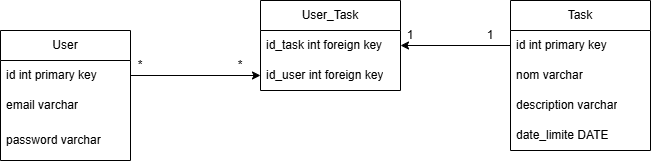
Before: sql/UMLDatabase.drawio.png, a diagram exported from draw.io (Vtr-Frt/toDoList). Source tidied: cells renumbered, new cells last; positions are measured from the earlier drawing's top-left corner, leaving out a move shared by most shapes. Its diagram source:
```xml
<mxGraphModel>
  <root>
    <mxCell id="0" />
    <mxCell id="1" parent="0" />
    <mxCell id="2" value="User" style="swimlane;fontStyle=0;horizontal=1;startSize=30;whiteSpace=wrap;html=1;" parent="1" vertex="1">
      <mxGeometry y="30" width="130" height="130" as="geometry" />
    </mxCell>
    <mxCell id="3" value="id int primary key" style="text;strokeColor=none;fillColor=none;align=left;verticalAlign=middle;spacingLeft=4;spacingRight=4;overflow=hidden;points=[[0,0.5],[1,0.5]];portConstraint=eastwest;whiteSpace=wrap;html=1;" parent="2" vertex="1">
      <mxGeometry y="30" width="130" height="30" as="geometry" />
    </mxCell>
    <mxCell id="4" value="email varchar" style="text;strokeColor=none;fillColor=none;align=left;verticalAlign=middle;spacingLeft=4;spacingRight=4;overflow=hidden;whiteSpace=wrap;html=1;" parent="2" vertex="1">
      <mxGeometry y="60" width="130" height="30" as="geometry" />
    </mxCell>
    <mxCell id="5" value="password varchar" style="text;strokeColor=none;fillColor=none;align=left;verticalAlign=middle;spacingLeft=4;spacingRight=4;overflow=hidden;whiteSpace=wrap;html=1;" parent="2" vertex="1">
      <mxGeometry y="90" width="130" height="40" as="geometry" />
    </mxCell>
    <mxCell id="6" value="Task" style="swimlane;fontStyle=0;horizontal=1;startSize=30;whiteSpace=wrap;html=1;" parent="1" vertex="1">
      <mxGeometry x="510" width="140" height="150" as="geometry" />
    </mxCell>
    <mxCell id="7" value="id int primary key" style="text;strokeColor=none;fillColor=none;align=left;verticalAlign=middle;spacingLeft=4;spacingRight=4;overflow=hidden;points=[[0,0.5],[1,0.5]];portConstraint=eastwest;whiteSpace=wrap;html=1;" parent="6" vertex="1">
      <mxGeometry y="30" width="140" height="30" as="geometry" />
    </mxCell>
    <mxCell id="8" value="nom varchar" style="text;strokeColor=none;fillColor=none;align=left;verticalAlign=middle;spacingLeft=4;spacingRight=4;overflow=hidden;whiteSpace=wrap;html=1;" parent="6" vertex="1">
      <mxGeometry y="60" width="140" height="30" as="geometry" />
    </mxCell>
    <mxCell id="9" value="description varchar" style="text;strokeColor=none;fillColor=none;align=left;verticalAlign=middle;spacingLeft=4;spacingRight=4;overflow=hidden;whiteSpace=wrap;html=1;" parent="6" vertex="1">
      <mxGeometry y="90" width="140" height="30" as="geometry" />
    </mxCell>
    <mxCell id="10" value="date_limite DATE" style="text;strokeColor=none;fillColor=none;align=left;verticalAlign=middle;spacingLeft=4;spacingRight=4;overflow=hidden;whiteSpace=wrap;html=1;" parent="6" vertex="1">
      <mxGeometry y="120" width="140" height="30" as="geometry" />
    </mxCell>
    <mxCell id="11" value="User_Task" style="swimlane;fontStyle=0;horizontal=1;startSize=30;whiteSpace=wrap;html=1;" parent="1" vertex="1">
      <mxGeometry x="260" width="140" height="90" as="geometry" />
    </mxCell>
    <mxCell id="12" value="id_task int foreign key" style="text;strokeColor=none;fillColor=none;align=left;verticalAlign=middle;spacingLeft=4;spacingRight=4;overflow=hidden;points=[[0,0.5],[1,0.5]];portConstraint=eastwest;whiteSpace=wrap;html=1;" parent="11" vertex="1">
      <mxGeometry y="30" width="140" height="30" as="geometry" />
    </mxCell>
    <mxCell id="13" value="id_user int foreign key" style="text;strokeColor=none;fillColor=none;align=left;verticalAlign=middle;spacingLeft=4;spacingRight=4;overflow=hidden;points=[[0,0.5],[1,0.5]];portConstraint=eastwest;whiteSpace=wrap;html=1;" parent="11" vertex="1">
      <mxGeometry y="60" width="140" height="30" as="geometry" />
    </mxCell>
    <mxCell id="14" style="edgeStyle=orthogonalEdgeStyle;rounded=0;jettySize=auto;html=1;exitX=0;exitY=0.5;exitDx=0;exitDy=0;entryX=1;entryY=0.5;entryDx=0;entryDy=0;" parent="1" edge="1" source="7" target="12">
      <mxGeometry relative="1" as="geometry" />
    </mxCell>
    <mxCell id="15" style="edgeStyle=orthogonalEdgeStyle;rounded=0;jettySize=auto;html=1;exitX=1;exitY=0.5;exitDx=0;exitDy=0;entryX=0;entryY=0.5;entryDx=0;entryDy=0;" parent="1" edge="1" source="3" target="13">
      <mxGeometry relative="1" as="geometry" />
    </mxCell>
    <mxCell id="16" value="*" style="text;html=1;whiteSpace=wrap;strokeColor=none;fillColor=none;align=center;verticalAlign=middle;rounded=0;" parent="1" vertex="1">
      <mxGeometry x="110" y="50" width="60" height="30" as="geometry" />
    </mxCell>
    <mxCell id="17" value="*" style="text;html=1;whiteSpace=wrap;strokeColor=none;fillColor=none;align=center;verticalAlign=middle;rounded=0;" parent="1" vertex="1">
      <mxGeometry x="210" y="50" width="60" height="30" as="geometry" />
    </mxCell>
    <mxCell id="18" value="1" style="text;html=1;whiteSpace=wrap;strokeColor=none;fillColor=none;align=center;verticalAlign=middle;rounded=0;" parent="1" vertex="1">
      <mxGeometry x="460" y="20" width="60" height="30" as="geometry" />
    </mxCell>
    <mxCell id="19" value="1" style="text;html=1;whiteSpace=wrap;strokeColor=none;fillColor=none;align=center;verticalAlign=middle;rounded=0;" parent="1" vertex="1">
      <mxGeometry x="380" y="20" width="60" height="30" as="geometry" />
    </mxCell>
  </root>
</mxGraphModel>
```
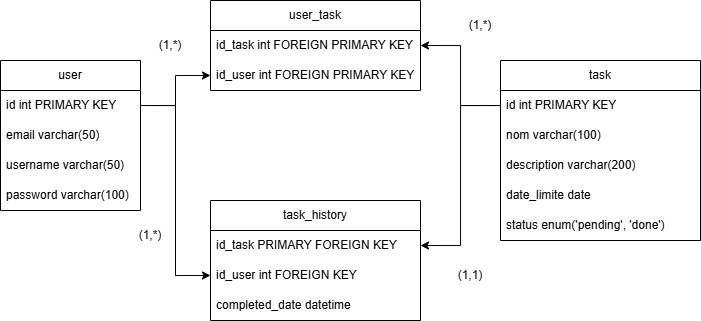
After the commit.

The edit, as a diff of the source:
```diff
@@ -2,59 +2,83 @@
   <root>
     <mxCell id="0" />
     <mxCell id="1" parent="0" />
-    <mxCell id="2" value="User" style="swimlane;fontStyle=0;horizontal=1;startSize=30;whiteSpace=wrap;html=1;" parent="1" vertex="1">
-      <mxGeometry y="30" width="130" height="130" as="geometry" />
-    </mxCell>
-    <mxCell id="3" value="id int primary key" style="text;strokeColor=none;fillColor=none;align=left;verticalAlign=middle;spacingLeft=4;spacingRight=4;overflow=hidden;points=[[0,0.5],[1,0.5]];portConstraint=eastwest;whiteSpace=wrap;html=1;" parent="2" vertex="1">
-      <mxGeometry y="30" width="130" height="30" as="geometry" />
-    </mxCell>
-    <mxCell id="4" value="email varchar" style="text;strokeColor=none;fillColor=none;align=left;verticalAlign=middle;spacingLeft=4;spacingRight=4;overflow=hidden;whiteSpace=wrap;html=1;" parent="2" vertex="1">
-      <mxGeometry y="60" width="130" height="30" as="geometry" />
-    </mxCell>
-    <mxCell id="5" value="password varchar" style="text;strokeColor=none;fillColor=none;align=left;verticalAlign=middle;spacingLeft=4;spacingRight=4;overflow=hidden;whiteSpace=wrap;html=1;" parent="2" vertex="1">
-      <mxGeometry y="90" width="130" height="40" as="geometry" />
-    </mxCell>
-    <mxCell id="6" value="Task" style="swimlane;fontStyle=0;horizontal=1;startSize=30;whiteSpace=wrap;html=1;" parent="1" vertex="1">
-      <mxGeometry x="510" width="140" height="150" as="geometry" />
-    </mxCell>
-    <mxCell id="7" value="id int primary key" style="text;strokeColor=none;fillColor=none;align=left;verticalAlign=middle;spacingLeft=4;spacingRight=4;overflow=hidden;points=[[0,0.5],[1,0.5]];portConstraint=eastwest;whiteSpace=wrap;html=1;" parent="6" vertex="1">
-      <mxGeometry y="30" width="140" height="30" as="geometry" />
-    </mxCell>
-    <mxCell id="8" value="nom varchar" style="text;strokeColor=none;fillColor=none;align=left;verticalAlign=middle;spacingLeft=4;spacingRight=4;overflow=hidden;whiteSpace=wrap;html=1;" parent="6" vertex="1">
-      <mxGeometry y="60" width="140" height="30" as="geometry" />
-    </mxCell>
-    <mxCell id="9" value="description varchar" style="text;strokeColor=none;fillColor=none;align=left;verticalAlign=middle;spacingLeft=4;spacingRight=4;overflow=hidden;whiteSpace=wrap;html=1;" parent="6" vertex="1">
-      <mxGeometry y="90" width="140" height="30" as="geometry" />
-    </mxCell>
-    <mxCell id="10" value="date_limite DATE" style="text;strokeColor=none;fillColor=none;align=left;verticalAlign=middle;spacingLeft=4;spacingRight=4;overflow=hidden;whiteSpace=wrap;html=1;" parent="6" vertex="1">
-      <mxGeometry y="120" width="140" height="30" as="geometry" />
-    </mxCell>
-    <mxCell id="11" value="User_Task" style="swimlane;fontStyle=0;horizontal=1;startSize=30;whiteSpace=wrap;html=1;" parent="1" vertex="1">
-      <mxGeometry x="260" width="140" height="90" as="geometry" />
-    </mxCell>
-    <mxCell id="12" value="id_task int foreign key" style="text;strokeColor=none;fillColor=none;align=left;verticalAlign=middle;spacingLeft=4;spacingRight=4;overflow=hidden;points=[[0,0.5],[1,0.5]];portConstraint=eastwest;whiteSpace=wrap;html=1;" parent="11" vertex="1">
-      <mxGeometry y="30" width="140" height="30" as="geometry" />
-    </mxCell>
-    <mxCell id="13" value="id_user int foreign key" style="text;strokeColor=none;fillColor=none;align=left;verticalAlign=middle;spacingLeft=4;spacingRight=4;overflow=hidden;points=[[0,0.5],[1,0.5]];portConstraint=eastwest;whiteSpace=wrap;html=1;" parent="11" vertex="1">
-      <mxGeometry y="60" width="140" height="30" as="geometry" />
-    </mxCell>
-    <mxCell id="14" style="edgeStyle=orthogonalEdgeStyle;rounded=0;jettySize=auto;html=1;exitX=0;exitY=0.5;exitDx=0;exitDy=0;entryX=1;entryY=0.5;entryDx=0;entryDy=0;" parent="1" edge="1" source="7" target="12">
-      <mxGeometry relative="1" as="geometry" />
-    </mxCell>
-    <mxCell id="15" style="edgeStyle=orthogonalEdgeStyle;rounded=0;jettySize=auto;html=1;exitX=1;exitY=0.5;exitDx=0;exitDy=0;entryX=0;entryY=0.5;entryDx=0;entryDy=0;" parent="1" edge="1" source="3" target="13">
-      <mxGeometry relative="1" as="geometry" />
-    </mxCell>
-    <mxCell id="16" value="*" style="text;html=1;whiteSpace=wrap;strokeColor=none;fillColor=none;align=center;verticalAlign=middle;rounded=0;" parent="1" vertex="1">
-      <mxGeometry x="110" y="50" width="60" height="30" as="geometry" />
-    </mxCell>
-    <mxCell id="17" value="*" style="text;html=1;whiteSpace=wrap;strokeColor=none;fillColor=none;align=center;verticalAlign=middle;rounded=0;" parent="1" vertex="1">
-      <mxGeometry x="210" y="50" width="60" height="30" as="geometry" />
-    </mxCell>
-    <mxCell id="18" value="1" style="text;html=1;whiteSpace=wrap;strokeColor=none;fillColor=none;align=center;verticalAlign=middle;rounded=0;" parent="1" vertex="1">
-      <mxGeometry x="460" y="20" width="60" height="30" as="geometry" />
-    </mxCell>
-    <mxCell id="19" value="1" style="text;html=1;whiteSpace=wrap;strokeColor=none;fillColor=none;align=center;verticalAlign=middle;rounded=0;" parent="1" vertex="1">
-      <mxGeometry x="380" y="20" width="60" height="30" as="geometry" />
-    </mxCell>
+    <mxCell id="20" value="user" style="swimlane;fontStyle=0;horizontal=1;startSize=30;whiteSpace=wrap;html=1;" parent="1" vertex="1">
+      <mxGeometry x="-10" y="90" width="140" height="150" as="geometry" />
+    </mxCell>
+    <mxCell id="21" value="id int PRIMARY KEY" style="text;strokeColor=none;fillColor=none;align=left;verticalAlign=middle;spacingLeft=4;spacingRight=4;overflow=hidden;points=[[0,0.5],[1,0.5]];portConstraint=eastwest;whiteSpace=wrap;html=1;" parent="20" vertex="1">
+      <mxGeometry y="30" width="140" height="30" as="geometry" />
+    </mxCell>
+    <mxCell id="22" value="email varchar(50)" style="text;strokeColor=none;fillColor=none;align=left;verticalAlign=middle;spacingLeft=4;spacingRight=4;overflow=hidden;whiteSpace=wrap;html=1;" parent="20" vertex="1">
+      <mxGeometry y="60" width="140" height="30" as="geometry" />
+    </mxCell>
+    <mxCell id="23" value="username varchar(50)" style="text;strokeColor=none;fillColor=none;align=left;verticalAlign=middle;spacingLeft=4;spacingRight=4;overflow=hidden;whiteSpace=wrap;html=1;" parent="20" vertex="1">
+      <mxGeometry y="90" width="140" height="30" as="geometry" />
+    </mxCell>
+    <mxCell id="24" value="password varchar(100)" style="text;strokeColor=none;fillColor=none;align=left;verticalAlign=middle;spacingLeft=4;spacingRight=4;overflow=hidden;whiteSpace=wrap;html=1;" parent="20" vertex="1">
+      <mxGeometry y="120" width="140" height="30" as="geometry" />
+    </mxCell>
+    <mxCell id="25" value="user_task" style="swimlane;fontStyle=0;horizontal=1;startSize=30;whiteSpace=wrap;html=1;" parent="1" vertex="1">
+      <mxGeometry x="200" y="30" width="210" height="90" as="geometry" />
+    </mxCell>
+    <mxCell id="26" value="id_task int FOREIGN PRIMARY KEY" style="text;strokeColor=none;fillColor=none;align=left;verticalAlign=middle;spacingLeft=4;spacingRight=4;overflow=hidden;points=[[0,0.5],[1,0.5]];portConstraint=eastwest;whiteSpace=wrap;html=1;" parent="25" vertex="1">
+      <mxGeometry y="30" width="210" height="30" as="geometry" />
+    </mxCell>
+    <mxCell id="27" value="id_user int FOREIGN PRIMARY KEY" style="text;strokeColor=none;fillColor=none;align=left;verticalAlign=middle;spacingLeft=4;spacingRight=4;overflow=hidden;points=[[0,0.5],[1,0.5]];portConstraint=eastwest;whiteSpace=wrap;html=1;" parent="25" vertex="1">
+      <mxGeometry y="60" width="210" height="30" as="geometry" />
+    </mxCell>
+    <mxCell id="28" value="task" style="swimlane;fontStyle=0;horizontal=1;startSize=30;whiteSpace=wrap;html=1;" parent="1" vertex="1">
+      <mxGeometry x="490" y="90" width="200" height="180" as="geometry" />
+    </mxCell>
+    <mxCell id="29" value="id int PRIMARY KEY" style="text;strokeColor=none;fillColor=none;align=left;verticalAlign=middle;spacingLeft=4;spacingRight=4;overflow=hidden;points=[[0,0.5],[1,0.5]];portConstraint=eastwest;whiteSpace=wrap;html=1;" parent="28" vertex="1">
+      <mxGeometry y="30" width="200" height="30" as="geometry" />
+    </mxCell>
+    <mxCell id="30" value="nom varchar(100)" style="text;strokeColor=none;fillColor=none;align=left;verticalAlign=middle;spacingLeft=4;spacingRight=4;overflow=hidden;whiteSpace=wrap;html=1;" parent="28" vertex="1">
+      <mxGeometry y="60" width="200" height="30" as="geometry" />
+    </mxCell>
+    <mxCell id="31" value="description varchar(200)" style="text;strokeColor=none;fillColor=none;align=left;verticalAlign=middle;spacingLeft=4;spacingRight=4;overflow=hidden;whiteSpace=wrap;html=1;" parent="28" vertex="1">
+      <mxGeometry y="90" width="200" height="30" as="geometry" />
+    </mxCell>
+    <mxCell id="32" value="date_limite date" style="text;strokeColor=none;fillColor=none;align=left;verticalAlign=middle;spacingLeft=4;spacingRight=4;overflow=hidden;whiteSpace=wrap;html=1;" parent="28" vertex="1">
+      <mxGeometry y="120" width="200" height="30" as="geometry" />
+    </mxCell>
+    <mxCell id="33" value="status enum('pending', 'done')&amp;nbsp;" style="text;strokeColor=none;fillColor=none;align=left;verticalAlign=middle;spacingLeft=4;spacingRight=4;overflow=hidden;whiteSpace=wrap;html=1;" parent="28" vertex="1">
+      <mxGeometry y="150" width="200" height="30" as="geometry" />
+    </mxCell>
+    <mxCell id="34" value="task_history" style="swimlane;fontStyle=0;horizontal=1;startSize=30;whiteSpace=wrap;html=1;" parent="1" vertex="1">
+      <mxGeometry x="200" y="230" width="210" height="120" as="geometry" />
+    </mxCell>
+    <mxCell id="35" value="id_task PRIMARY FOREIGN KEY" style="text;strokeColor=none;fillColor=none;align=left;verticalAlign=middle;spacingLeft=4;spacingRight=4;overflow=hidden;points=[[0,0.5],[1,0.5]];portConstraint=eastwest;whiteSpace=wrap;html=1;" parent="34" vertex="1">
+      <mxGeometry y="30" width="210" height="30" as="geometry" />
+    </mxCell>
+    <mxCell id="36" value="id_user int FOREIGN KEY" style="text;strokeColor=none;fillColor=none;align=left;verticalAlign=middle;spacingLeft=4;spacingRight=4;overflow=hidden;points=[[0,0.5],[1,0.5]];portConstraint=eastwest;whiteSpace=wrap;html=1;" parent="34" vertex="1">
+      <mxGeometry y="60" width="210" height="30" as="geometry" />
+    </mxCell>
+    <mxCell id="37" value="completed_date datetime" style="text;strokeColor=none;fillColor=none;align=left;verticalAlign=middle;spacingLeft=4;spacingRight=4;overflow=hidden;whiteSpace=wrap;html=1;" parent="34" vertex="1">
+      <mxGeometry y="90" width="210" height="30" as="geometry" />
+    </mxCell>
+    <mxCell id="38" style="edgeStyle=orthogonalEdgeStyle;rounded=0;jettySize=auto;html=1;exitX=1;exitY=0.5;exitDx=0;exitDy=0;entryX=0;entryY=0.5;entryDx=0;entryDy=0;" parent="1" edge="1" source="21" target="27">
+      <mxGeometry relative="1" as="geometry" />
+    </mxCell>
+    <mxCell id="39" style="edgeStyle=orthogonalEdgeStyle;rounded=0;jettySize=auto;html=1;entryX=1;entryY=0.5;entryDx=0;entryDy=0;" parent="1" edge="1" source="29" target="26">
+      <mxGeometry relative="1" as="geometry" />
+    </mxCell>
+    <mxCell id="40" style="edgeStyle=orthogonalEdgeStyle;rounded=0;jettySize=auto;html=1;exitX=1;exitY=0.5;exitDx=0;exitDy=0;entryX=0;entryY=0.5;entryDx=0;entryDy=0;" parent="1" edge="1" source="21" target="36">
+      <mxGeometry relative="1" as="geometry" />
+    </mxCell>
+    <mxCell id="41" style="edgeStyle=orthogonalEdgeStyle;rounded=0;jettySize=auto;html=1;exitX=0;exitY=0.5;exitDx=0;exitDy=0;entryX=1;entryY=0.5;entryDx=0;entryDy=0;" parent="1" edge="1" source="29" target="35">
+      <mxGeometry relative="1" as="geometry" />
+    </mxCell>
+    <mxCell id="42" value="(1,*)" style="text;html=1;whiteSpace=wrap;strokeColor=none;fillColor=none;align=center;verticalAlign=middle;rounded=0;" parent="1" vertex="1">
+      <mxGeometry x="130" y="60" width="60" height="30" as="geometry" />
+    </mxCell>
+    <mxCell id="43" value="(1,*)" style="text;html=1;whiteSpace=wrap;strokeColor=none;fillColor=none;align=center;verticalAlign=middle;rounded=0;" parent="1" vertex="1">
+      <mxGeometry x="110" y="250" width="60" height="30" as="geometry" />
+    </mxCell>
+    <mxCell id="44" value="(1,*)" style="text;html=1;whiteSpace=wrap;strokeColor=none;fillColor=none;align=center;verticalAlign=middle;rounded=0;" parent="1" vertex="1">
+      <mxGeometry x="440" y="40" width="60" height="30" as="geometry" />
+    </mxCell>
+    <mxCell id="45" value="(1,1)" style="text;html=1;whiteSpace=wrap;strokeColor=none;fillColor=none;align=center;verticalAlign=middle;rounded=0;" parent="1" vertex="1">
+      <mxGeometry x="430" y="290" width="60" height="30" as="geometry" />
+    </mxCell>
   </root>
 </mxGraphModel>
```
